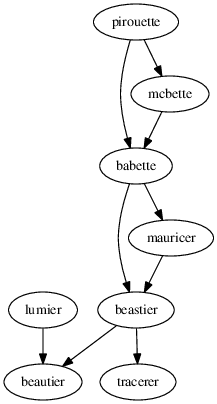
The Graphviz diagram doc/dependencies.png in richelbilderbeek/pirouette, before a commit. Its source is kept beside it as doc/dependencies.dot. Source of this version:
```dot
digraph G
{
  babette -> beastier;
  babette -> mauricer;
  mauricer -> beastier;
  beastier -> tracerer;
  beastier -> beautier;
  lumier -> beautier;
  mcbette -> babette;
  pirouette -> babette;
  pirouette -> mcbette;
}
```
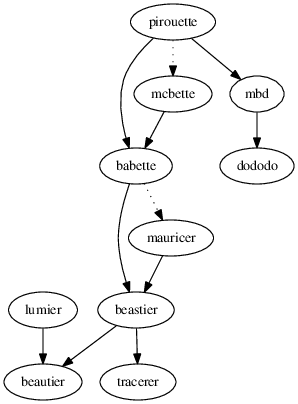
After the commit.

Change to the diagram source:
```diff
@@ -1,12 +1,14 @@
 digraph G
 {
   babette -> beastier;
-  babette -> mauricer;
+  babette -> mauricer [style=dotted];
   mauricer -> beastier;
   beastier -> tracerer;
   beastier -> beautier;
   lumier -> beautier;
   mcbette -> babette;
   pirouette -> babette;
-  pirouette -> mcbette;
+  pirouette -> mcbette [style=dotted];
+  pirouette -> mbd;
+  mbd -> dododo;
 }
```
